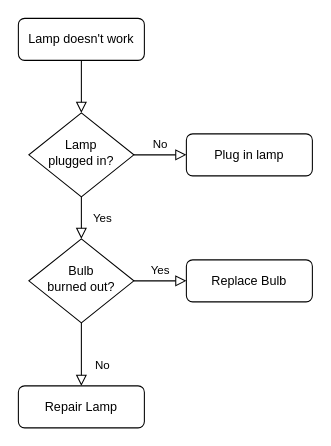
Earlier version of the draw.io diagram Untitled Diagram.drawio (SimonGideon/CODSOFT). Source tidied: cells renumbered, new cells numbered last; positions are measured from the earlier drawing's top-left corner, leaving out a move shared by most shapes. Both pictures are drawn from the tidied source at 105%, with x=0, y=0 at pixel (18, 18).
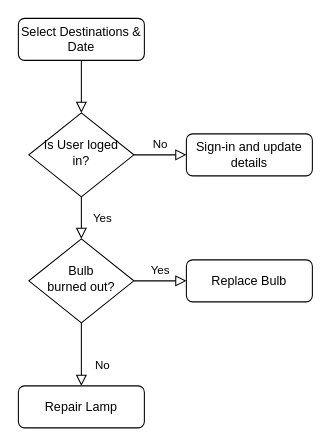
The same page after the edit.

What changed in the source:
```diff
@@
 <mxGraphModel>
   <root>
     <mxCell id="0" />
     <mxCell id="1" parent="0" />
     <mxCell id="2" style="rounded=0;html=1;jettySize=auto;fontSize=11;endArrow=block;endFill=0;endSize=8;strokeWidth=1;shadow=0;labelBackgroundColor=none;edgeStyle=orthogonalEdgeStyle;" parent="1" edge="1" source="3" target="6">
       <mxGeometry relative="1" as="geometry" />
     </mxCell>
-    <mxCell id="3" value="Lamp doesn't work" style="rounded=1;whiteSpace=wrap;html=1;fontSize=12;glass=0;strokeWidth=1;shadow=0;" parent="1" vertex="1">
+    <mxCell id="3" value="Select Destinations &amp;amp; Date" style="rounded=1;whiteSpace=wrap;html=1;fontSize=12;glass=0;strokeWidth=1;shadow=0;" parent="1" vertex="1">
       <mxGeometry width="120" height="40" as="geometry" />
     </mxCell>
     <mxCell id="4" value="Yes" style="rounded=0;html=1;jettySize=auto;fontSize=11;endArrow=block;endFill=0;endSize=8;strokeWidth=1;shadow=0;labelBackgroundColor=none;edgeStyle=orthogonalEdgeStyle;" parent="1" edge="1" source="6" target="10">
       <mxGeometry y="20" relative="1" as="geometry" />
     </mxCell>
     <mxCell id="5" value="No" style="edgeStyle=orthogonalEdgeStyle;rounded=0;html=1;jettySize=auto;fontSize=11;endArrow=block;endFill=0;endSize=8;strokeWidth=1;shadow=0;labelBackgroundColor=none;" parent="1" edge="1" source="6" target="7">
       <mxGeometry y="10" relative="1" as="geometry" />
     </mxCell>
-    <mxCell id="6" value="Lamp&lt;br&gt;plugged in?" style="rhombus;whiteSpace=wrap;html=1;shadow=0;fontFamily=Helvetica;fontSize=12;align=center;strokeWidth=1;spacing=6;spacingTop=-4;" parent="1" vertex="1">
+    <mxCell id="6" value="Is User loged in?" style="rhombus;whiteSpace=wrap;html=1;shadow=0;fontFamily=Helvetica;fontSize=12;align=center;strokeWidth=1;spacing=6;spacingTop=-4;" parent="1" vertex="1">
       <mxGeometry x="10" y="90" width="100" height="80" as="geometry" />
     </mxCell>
-    <mxCell id="7" value="Plug in lamp" style="rounded=1;whiteSpace=wrap;html=1;fontSize=12;glass=0;strokeWidth=1;shadow=0;" parent="1" vertex="1">
+    <mxCell id="7" value="Sign-in and update details" style="rounded=1;whiteSpace=wrap;html=1;fontSize=12;glass=0;strokeWidth=1;shadow=0;" parent="1" vertex="1">
       <mxGeometry x="160" y="110" width="120" height="40" as="geometry" />
     </mxCell>
     <mxCell id="8" value="No" style="rounded=0;html=1;jettySize=auto;fontSize=11;endArrow=block;endFill=0;endSize=8;strokeWidth=1;shadow=0;labelBackgroundColor=none;edgeStyle=orthogonalEdgeStyle;" parent="1" edge="1" source="10" target="11">
       <mxGeometry x="0.33" y="20" relative="1" as="geometry" />
     </mxCell>
     <mxCell id="9" value="Yes" style="edgeStyle=orthogonalEdgeStyle;rounded=0;html=1;jettySize=auto;fontSize=11;endArrow=block;endFill=0;endSize=8;strokeWidth=1;shadow=0;labelBackgroundColor=none;" parent="1" edge="1" source="10" target="12">
       <mxGeometry y="10" relative="1" as="geometry" />
     </mxCell>
     <mxCell id="10" value="Bulb&lt;br&gt;burned out?" style="rhombus;whiteSpace=wrap;html=1;shadow=0;fontFamily=Helvetica;fontSize=12;align=center;strokeWidth=1;spacing=6;spacingTop=-4;" parent="1" vertex="1">
       <mxGeometry x="10" y="210" width="100" height="80" as="geometry" />
     </mxCell>
     <mxCell id="11" value="Repair Lamp" style="rounded=1;whiteSpace=wrap;html=1;fontSize=12;glass=0;strokeWidth=1;shadow=0;" parent="1" vertex="1">
       <mxGeometry y="350" width="120" height="40" as="geometry" />
     </mxCell>
     <mxCell id="12" value="Replace Bulb" style="rounded=1;whiteSpace=wrap;html=1;fontSize=12;glass=0;strokeWidth=1;shadow=0;" parent="1" vertex="1">
       <mxGeometry x="160" y="230" width="120" height="40" as="geometry" />
     </mxCell>
   </root>
 </mxGraphModel>
```
